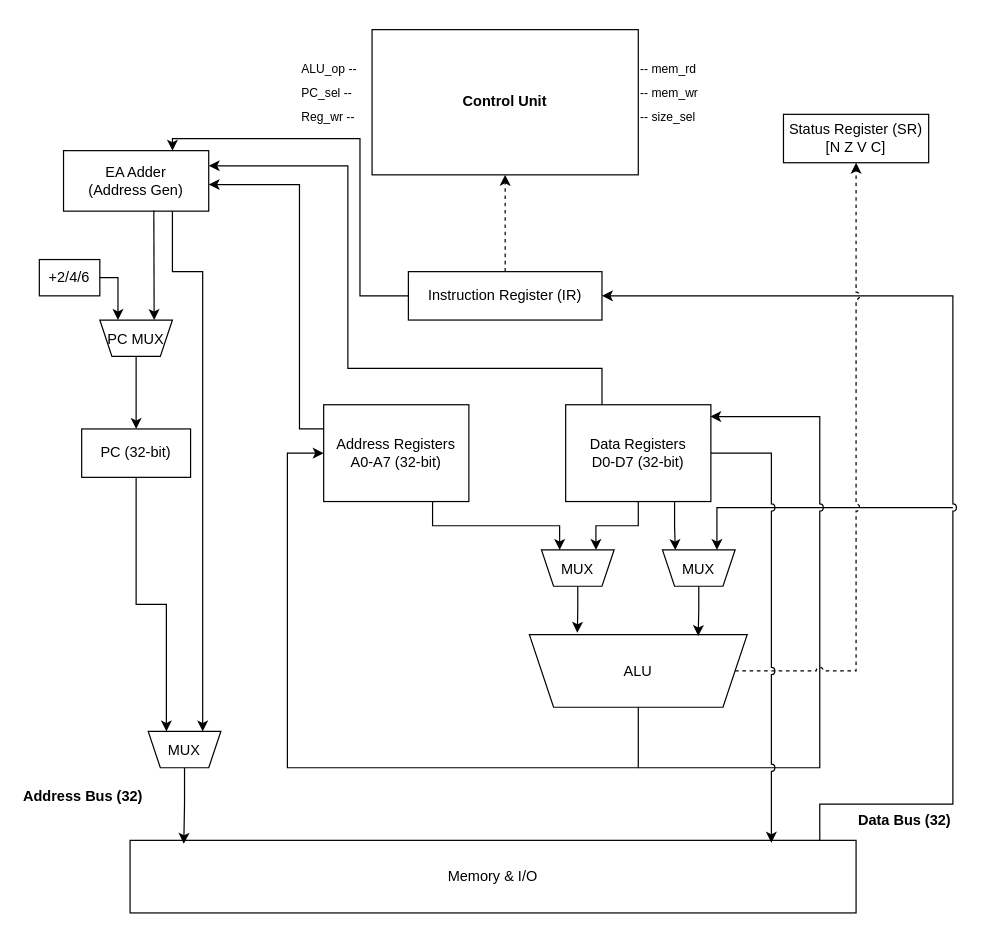
The draw.io diagram ak_lab_3_5_new_2.drawio in Dmitry-Kuzmin456/ak_lab3_scheme, before the edit. Source tidied: cells renumbered, new cells numbered last; positions are measured from the earlier drawing's top-left corner, leaving out a move shared by most shapes. Both pictures are drawn from the tidied source at 121%, with x=0, y=0 at pixel (21, 29).
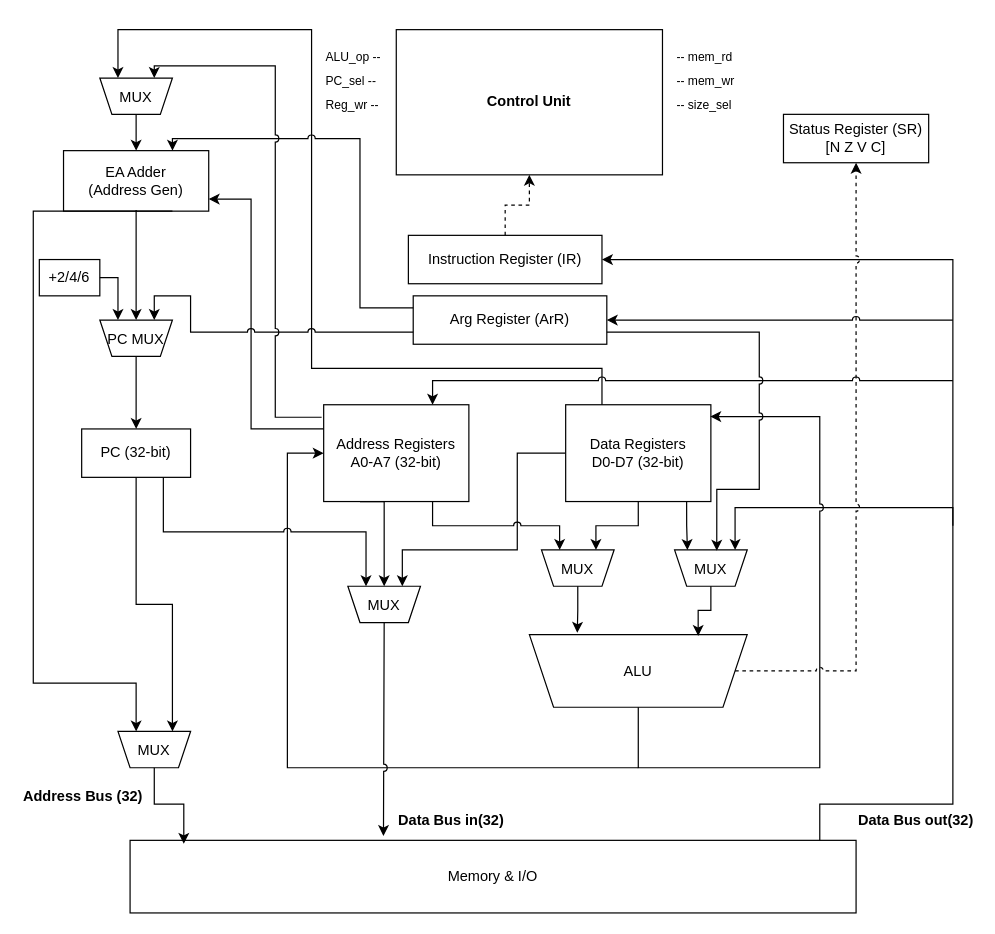
The same diagram, later.

The change refers to these unchanged cells:
```xml
<mxCell id="12" value="PC (32-bit)" style="rounded=0;whiteSpace=wrap;html=1;" parent="1" vertex="1">
  <mxGeometry x="50" y="330" width="90" height="40" as="geometry" />
</mxCell>
<mxCell id="13" value="Address Registers&lt;br&gt;A0-A7 (32-bit)" style="rounded=0;whiteSpace=wrap;html=1;" parent="1" vertex="1">
  <mxGeometry x="250" y="310" width="120" height="80" as="geometry" />
</mxCell>
<mxCell id="14" value="Data Registers&lt;br&gt;D0-D7 (32-bit)" style="rounded=0;whiteSpace=wrap;html=1;" parent="1" vertex="1">
  <mxGeometry x="450" y="310" width="120" height="80" as="geometry" />
</mxCell>
<mxCell id="15" value="EA Adder&lt;br&gt;(Address Gen)" style="rounded=0;whiteSpace=wrap;html=1;" parent="1" vertex="1">
  <mxGeometry x="35" y="100" width="120" height="50" as="geometry" />
</mxCell>
<mxCell id="16" value="MUX" style="shape=trapezoid;perimeter=trapezoidPerimeter;fixedSize=1;size=10;direction=west;" parent="1" vertex="1">
  <mxGeometry x="430" y="430" width="60" height="30" as="geometry" />
</mxCell>
<mxCell id="19" value="Memory &amp; I/O" style="rounded=0;whiteSpace=wrap;html=1;" parent="1" vertex="1">
  <mxGeometry x="90" y="670" width="600" height="60" as="geometry" />
</mxCell>
<mxCell id="41" value="PC MUX" style="shape=trapezoid;perimeter=trapezoidPerimeter;fixedSize=1;size=10;direction=west;" parent="1" vertex="1">
  <mxGeometry x="65" y="240" width="60" height="30" as="geometry" />
</mxCell>
```

What changed in the source:
```diff
@@
     <mxCell id="2" value="Control Unit" style="rounded=0;whiteSpace=wrap;html=1;fontStyle=1;strokeColor=#000000;fillColor=none;" parent="1" vertex="1">
-      <mxGeometry x="290" width="220" height="120" as="geometry" />
+      <mxGeometry x="310" width="220" height="120" as="geometry" />
     </mxCell>
     <mxCell id="3" value="ALU_op --" style="text;fontSize=10;" parent="1" vertex="1">
-      <mxGeometry x="230" y="20" width="60" height="20" as="geometry" />
+      <mxGeometry x="250" y="10" width="60" height="20" as="geometry" />
     </mxCell>
     <mxCell id="4" value="PC_sel --" style="text;fontSize=10;" parent="1" vertex="1">
-      <mxGeometry x="230" y="40" width="60" height="20" as="geometry" />
+      <mxGeometry x="250" y="30" width="60" height="20" as="geometry" />
     </mxCell>
     <mxCell id="5" value="Reg_wr --" style="text;fontSize=10;" parent="1" vertex="1">
-      <mxGeometry x="230" y="60" width="60" height="20" as="geometry" />
+      <mxGeometry x="250" y="50" width="60" height="20" as="geometry" />
     </mxCell>
     <mxCell id="6" value="-- mem_rd" style="text;fontSize=10;" parent="1" vertex="1">
-      <mxGeometry x="510" y="20" width="60" height="20" as="geometry" />
+      <mxGeometry x="540" y="10" width="60" height="20" as="geometry" />
     </mxCell>
     <mxCell id="7" value="-- mem_wr" style="text;fontSize=10;" parent="1" vertex="1">
-      <mxGeometry x="510" y="40" width="60" height="20" as="geometry" />
+      <mxGeometry x="540" y="30" width="60" height="20" as="geometry" />
     </mxCell>
     <mxCell id="8" value="Instruction Register (IR)" style="rounded=0;whiteSpace=wrap;html=1;" parent="1" vertex="1">
-      <mxGeometry x="320" y="200" width="160" height="40" as="geometry" />
+      <mxGeometry x="320" y="170" width="160" height="40" as="geometry" />
     </mxCell>
@@
+    <mxCell id="45" style="edgeStyle=orthogonalEdgeStyle;rounded=0;jettySize=auto;html=1;entryX=0.25;entryY=1;entryDx=0;entryDy=0;exitX=0;exitY=0.5;exitDx=0;exitDy=0;jumpStyle=arc;" parent="1" edge="1" source="14" target="48">
+      <mxGeometry relative="1" as="geometry">
+        <Array as="points">
+          <mxPoint x="410" y="350" />
+          <mxPoint x="410" y="430" />
+          <mxPoint x="315" y="430" />
+        </Array>
+      </mxGeometry>
+    </mxCell>
@@
     <mxCell id="17" value="MUX" style="shape=trapezoid;perimeter=trapezoidPerimeter;fixedSize=1;size=10;direction=west;" parent="1" vertex="1">
-      <mxGeometry x="530" y="430" width="60" height="30" as="geometry" />
+      <mxGeometry x="540" y="430" width="60" height="30" as="geometry" />
     </mxCell>
@@
-    <mxCell id="22" style="edgeStyle=orthogonalEdgeStyle;rounded=0;html=1;exitX=0.5;exitY=1;entryX=0.75;entryY=1;strokeWidth=1;entryDx=0;entryDy=0;" parent="1" edge="1" source="12" target="42">
+    <mxCell id="22" style="edgeStyle=orthogonalEdgeStyle;rounded=0;html=1;exitX=0.5;exitY=1;entryX=0.25;entryY=1;strokeWidth=1;entryDx=0;entryDy=0;" parent="1" edge="1" source="12" target="42">
       <mxGeometry relative="1" as="geometry" />
     </mxCell>
     <mxCell id="23" style="edgeStyle=orthogonalEdgeStyle;rounded=0;html=1;exitX=0;exitY=0.25;exitDx=0;exitDy=0;jumpStyle=arc;" parent="1" edge="1" source="13">
       <mxGeometry relative="1" as="geometry">
-        <mxPoint x="155" y="128" as="targetPoint" />
+        <mxPoint x="155" y="140" as="targetPoint" />
         <Array as="points">
-          <mxPoint x="230" y="330" />
-          <mxPoint x="230" y="128" />
+          <mxPoint x="190" y="330" />
+          <mxPoint x="190" y="140" />
         </Array>
       </mxGeometry>
     </mxCell>
-    <mxCell id="24" style="edgeStyle=orthogonalEdgeStyle;rounded=0;html=1;exitX=0;exitY=0.5;entryX=0.75;entryY=0;jumpStyle=arc;entryDx=0;entryDy=0;" parent="1" edge="1" source="8" target="15">
-      <mxGeometry relative="1" as="geometry">
-        <Array as="points">
-          <mxPoint x="280" y="220" />
-          <mxPoint x="280" y="90" />
-          <mxPoint x="125" y="90" />
-        </Array>
-      </mxGeometry>
-    </mxCell>
-    <mxCell id="25" style="edgeStyle=orthogonalEdgeStyle;rounded=0;html=1;entryX=0.25;entryY=1;strokeWidth=1;entryDx=0;entryDy=0;jumpStyle=arc;exitX=0.75;exitY=1;exitDx=0;exitDy=0;" parent="1" edge="1" source="15" target="42">
+    <mxCell id="25" style="edgeStyle=orthogonalEdgeStyle;rounded=0;html=1;entryX=0.75;entryY=1;strokeWidth=1;entryDx=0;entryDy=0;jumpStyle=arc;exitX=0.75;exitY=1;exitDx=0;exitDy=0;" parent="1" edge="1" source="15" target="42">
       <mxGeometry relative="1" as="geometry">
         <Array as="points">
-          <mxPoint x="125" y="200" />
-          <mxPoint x="150" y="200" />
+          <mxPoint x="10" y="150" />
+          <mxPoint x="10" y="540" />
+          <mxPoint x="95" y="540" />
         </Array>
       </mxGeometry>
     </mxCell>
-    <mxCell id="26" style="edgeStyle=orthogonalEdgeStyle;rounded=0;html=1;exitX=0.622;exitY=0.988;entryX=0.25;entryY=1;exitDx=0;exitDy=0;entryDx=0;entryDy=0;jumpStyle=arc;exitPerimeter=0;" parent="1" edge="1" source="15" target="41">
+    <mxCell id="26" style="edgeStyle=orthogonalEdgeStyle;rounded=0;html=1;entryX=0.5;entryY=1;entryDx=0;entryDy=0;jumpStyle=arc;" parent="1" edge="1" target="41">
       <mxGeometry relative="1" as="geometry">
+        <mxPoint x="95" y="149" as="sourcePoint" />
         <Array as="points">
-          <mxPoint x="110" y="220" />
-          <mxPoint x="110" y="220" />
+          <mxPoint x="95" y="149" />
         </Array>
       </mxGeometry>
     </mxCell>
@@
-    <mxCell id="28" style="edgeStyle=orthogonalEdgeStyle;rounded=0;html=1;exitX=0.75;exitY=1;entryX=0.75;entryY=1;entryDx=0;entryDy=0;" parent="1" edge="1" source="13" target="16">
+    <mxCell id="28" style="edgeStyle=orthogonalEdgeStyle;rounded=0;html=1;exitX=0.75;exitY=1;entryX=0.75;entryY=1;entryDx=0;entryDy=0;jumpStyle=arc;" parent="1" edge="1" source="13" target="16">
       <mxGeometry relative="1" as="geometry">
         <Array as="points">
           <mxPoint x="340" y="410" />
           <mxPoint x="445" y="410" />
         </Array>
       </mxGeometry>
     </mxCell>
-    <mxCell id="29" style="edgeStyle=orthogonalEdgeStyle;rounded=0;html=1;exitX=0.75;exitY=1;entryX=0.823;entryY=0.997;entryDx=0;entryDy=0;entryPerimeter=0;" parent="1" edge="1" source="14" target="17">
+    <mxCell id="29" style="edgeStyle=orthogonalEdgeStyle;rounded=0;html=1;exitX=0.833;exitY=1.002;entryX=0.823;entryY=0.997;entryDx=0;entryDy=0;entryPerimeter=0;exitDx=0;exitDy=0;exitPerimeter=0;" parent="1" edge="1" source="14" target="17">
       <mxGeometry relative="1" as="geometry" />
     </mxCell>
-    <mxCell id="30" style="edgeStyle=orthogonalEdgeStyle;rounded=0;html=1;entryX=0.25;entryY=1;strokeWidth=1;entryDx=0;entryDy=0;" parent="1" edge="1" target="17">
+    <mxCell id="30" style="edgeStyle=orthogonalEdgeStyle;rounded=0;html=1;strokeWidth=1;" parent="1" edge="1">
       <mxGeometry relative="1" as="geometry">
-        <mxPoint x="770" y="395" as="sourcePoint" />
+        <mxPoint x="770" y="410" as="sourcePoint" />
+        <mxPoint x="590" y="430" as="targetPoint" />
         <Array as="points">
-          <mxPoint x="575" y="395" />
+          <mxPoint x="770" y="395" />
+          <mxPoint x="590" y="395" />
+          <mxPoint x="590" y="430" />
         </Array>
       </mxGeometry>
     </mxCell>
@@
     <mxCell id="33" style="edgeStyle=orthogonalEdgeStyle;rounded=0;html=1;exitX=0.95;exitY=0;entryX=1;entryY=0.5;strokeWidth=1;jumpStyle=arc;" parent="1" edge="1" source="19" target="8">
       <mxGeometry relative="1" as="geometry">
         <Array as="points">
           <mxPoint x="660" y="640" />
           <mxPoint x="770" y="640" />
-          <mxPoint x="770" y="220" />
+          <mxPoint x="770" y="190" />
         </Array>
       </mxGeometry>
     </mxCell>
@@
-    <mxCell id="36" style="edgeStyle=orthogonalEdgeStyle;rounded=0;html=1;exitX=0.25;exitY=0;jumpStyle=arc;exitDx=0;exitDy=0;entryX=1;entryY=0.25;entryDx=0;entryDy=0;" parent="1" edge="1" source="14" target="15">
+    <mxCell id="36" style="edgeStyle=orthogonalEdgeStyle;rounded=0;html=1;exitX=0.25;exitY=0;jumpStyle=arc;exitDx=0;exitDy=0;entryX=0.75;entryY=1;entryDx=0;entryDy=0;" parent="1" edge="1" source="14" target="56">
       <mxGeometry relative="1" as="geometry">
         <Array as="points">
           <mxPoint x="480" y="280" />
-          <mxPoint x="270" y="280" />
-          <mxPoint x="270" y="113" />
-          <mxPoint x="155" y="113" />
+          <mxPoint x="240" y="280" />
+          <mxPoint x="240" />
+          <mxPoint x="80" />
         </Array>
       </mxGeometry>
     </mxCell>
@@
-    <mxCell id="38" value="Data Bus (32)" style="text;fontStyle=1;" parent="1" vertex="1">
+    <mxCell id="38" value="Data Bus out(32)" style="text;fontStyle=1;" parent="1" vertex="1">
       <mxGeometry x="690" y="640" width="80" height="20" as="geometry" />
     </mxCell>
@@
     <mxCell id="40" value="-- size_sel" style="text;fontSize=10;" parent="1" vertex="1">
-      <mxGeometry x="510" y="60" width="60" height="20" as="geometry" />
+      <mxGeometry x="540" y="50" width="60" height="20" as="geometry" />
     </mxCell>
@@
     <mxCell id="42" value="MUX" style="shape=trapezoid;perimeter=trapezoidPerimeter;fixedSize=1;size=10;direction=west;" parent="1" vertex="1">
-      <mxGeometry x="105" y="580" width="60" height="30" as="geometry" />
+      <mxGeometry x="80" y="580" width="60" height="30" as="geometry" />
     </mxCell>
@@
-    <mxCell id="44" style="edgeStyle=orthogonalEdgeStyle;rounded=0;html=1;exitX=1;exitY=0.5;strokeWidth=1;jumpStyle=arc;exitDx=0;exitDy=0;" parent="1" edge="1" source="14">
-      <mxGeometry relative="1" as="geometry">
-        <mxPoint x="620" y="672" as="targetPoint" />
-        <Array as="points">
-          <mxPoint x="620" y="350" />
-        </Array>
-      </mxGeometry>
-    </mxCell>
+    <mxCell id="46" style="endArrow=classic;html=1;rounded=0;entryX=0.75;entryY=0;entryDx=0;entryDy=0;jumpStyle=arc;" parent="1" edge="1" target="13">
+      <mxGeometry relative="1" as="geometry">
+        <mxPoint x="770" y="290" as="sourcePoint" />
+        <Array as="points">
+          <mxPoint x="340" y="290" />
+        </Array>
+      </mxGeometry>
+    </mxCell>
+    <mxCell id="47" style="edgeStyle=orthogonalEdgeStyle;rounded=0;jettySize=auto;html=1;entryX=0.349;entryY=-0.06;entryDx=0;entryDy=0;entryPerimeter=0;jumpStyle=arc;" parent="1" edge="1" source="48" target="19">
+      <mxGeometry relative="1" as="geometry" />
+    </mxCell>
+    <mxCell id="48" value="MUX" style="shape=trapezoid;perimeter=trapezoidPerimeter;fixedSize=1;size=10;direction=west;" parent="1" vertex="1">
+      <mxGeometry x="270" y="460" width="60" height="30" as="geometry" />
+    </mxCell>
+    <mxCell id="49" style="edgeStyle=orthogonalEdgeStyle;rounded=0;html=1;entryX=0.5;entryY=1;entryDx=0;entryDy=0;" parent="1" edge="1" target="48">
+      <mxGeometry relative="1" as="geometry">
+        <mxPoint x="280" y="390" as="sourcePoint" />
+        <Array as="points">
+          <mxPoint x="300" y="390" />
+        </Array>
+      </mxGeometry>
+    </mxCell>
+    <mxCell id="50" value="Data Bus in(32)" style="text;fontStyle=1;" parent="1" vertex="1">
+      <mxGeometry x="310" y="640" width="80" height="20" as="geometry" />
+    </mxCell>
+    <mxCell id="51" value="Arg Register (ArR)" style="rounded=0;whiteSpace=wrap;html=1;" parent="1" vertex="1">
+      <mxGeometry x="324" y="220" width="160" height="40" as="geometry" />
+    </mxCell>
+    <mxCell id="52" style="edgeStyle=orthogonalEdgeStyle;rounded=0;html=1;entryX=1;entryY=0.5;entryDx=0;entryDy=0;jumpStyle=arc;" parent="1" edge="1" target="51">
+      <mxGeometry relative="1" as="geometry">
+        <mxPoint x="770" y="240" as="sourcePoint" />
+      </mxGeometry>
+    </mxCell>
+    <mxCell id="53" style="edgeStyle=orthogonalEdgeStyle;rounded=0;html=1;entryX=0.25;entryY=1;entryDx=0;entryDy=0;jumpStyle=arc;exitX=0;exitY=0.75;exitDx=0;exitDy=0;" parent="1" edge="1" source="51" target="41">
+      <mxGeometry relative="1" as="geometry">
+        <Array as="points">
+          <mxPoint x="140" y="250" />
+          <mxPoint x="140" y="220" />
+          <mxPoint x="110" y="220" />
+        </Array>
+      </mxGeometry>
+    </mxCell>
+    <mxCell id="54" style="edgeStyle=orthogonalEdgeStyle;rounded=0;html=1;exitX=0;exitY=0.25;entryX=0.75;entryY=0;exitDx=0;exitDy=0;entryDx=0;entryDy=0;jumpStyle=arc;" parent="1" edge="1" source="51" target="15">
+      <mxGeometry relative="1" as="geometry">
+        <Array as="points">
+          <mxPoint x="280" y="230" />
+          <mxPoint x="280" y="90" />
+          <mxPoint x="125" y="90" />
+        </Array>
+      </mxGeometry>
+    </mxCell>
+    <mxCell id="55" style="edgeStyle=orthogonalEdgeStyle;rounded=0;html=1;exitX=1;exitY=0.75;exitDx=0;exitDy=0;entryX=0.419;entryY=0.98;entryDx=0;entryDy=0;entryPerimeter=0;jumpStyle=arc;" parent="1" edge="1" source="51" target="17">
+      <mxGeometry relative="1" as="geometry">
+        <Array as="points">
+          <mxPoint x="610" y="250" />
+          <mxPoint x="610" y="380" />
+          <mxPoint x="575" y="380" />
+        </Array>
+      </mxGeometry>
+    </mxCell>
+    <mxCell id="56" value="MUX" style="shape=trapezoid;perimeter=trapezoidPerimeter;fixedSize=1;size=10;direction=west;" parent="1" vertex="1">
+      <mxGeometry x="65" y="40" width="60" height="30" as="geometry" />
+    </mxCell>
+    <mxCell id="57" style="edgeStyle=orthogonalEdgeStyle;rounded=0;html=1;exitX=-0.014;exitY=0.129;exitDx=0;exitDy=0;exitPerimeter=0;entryX=0.25;entryY=1;entryDx=0;entryDy=0;jumpStyle=arc;" parent="1" edge="1" source="13" target="56">
+      <mxGeometry relative="1" as="geometry">
+        <Array as="points">
+          <mxPoint x="210" y="320" />
+          <mxPoint x="210" y="30" />
+          <mxPoint x="110" y="30" />
+        </Array>
+      </mxGeometry>
+    </mxCell>
+    <mxCell id="58" style="edgeStyle=orthogonalEdgeStyle;rounded=0;html=1;exitX=0.5;exitY=0;entryX=0.5;entryY=0;exitDx=0;exitDy=0;entryDx=0;entryDy=0;" parent="1" edge="1" source="56" target="15">
+      <mxGeometry relative="1" as="geometry" />
+    </mxCell>
+    <mxCell id="59" style="edgeStyle=orthogonalEdgeStyle;rounded=0;html=1;exitX=0.75;exitY=1;entryX=0.75;entryY=1;exitDx=0;exitDy=0;entryDx=0;entryDy=0;jumpStyle=arc;" parent="1" edge="1" source="12" target="48">
+      <mxGeometry relative="1" as="geometry" />
+    </mxCell>
```
